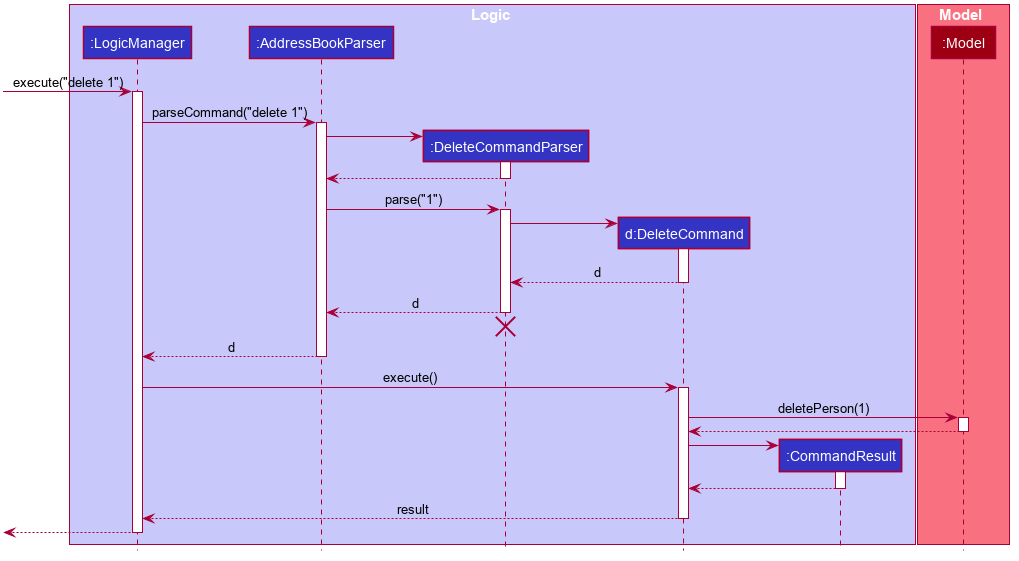
Earlier version of the PlantUML export docs/images/DeleteSequenceDiagram.png (nus-cs2103-AY2223S2/tp).
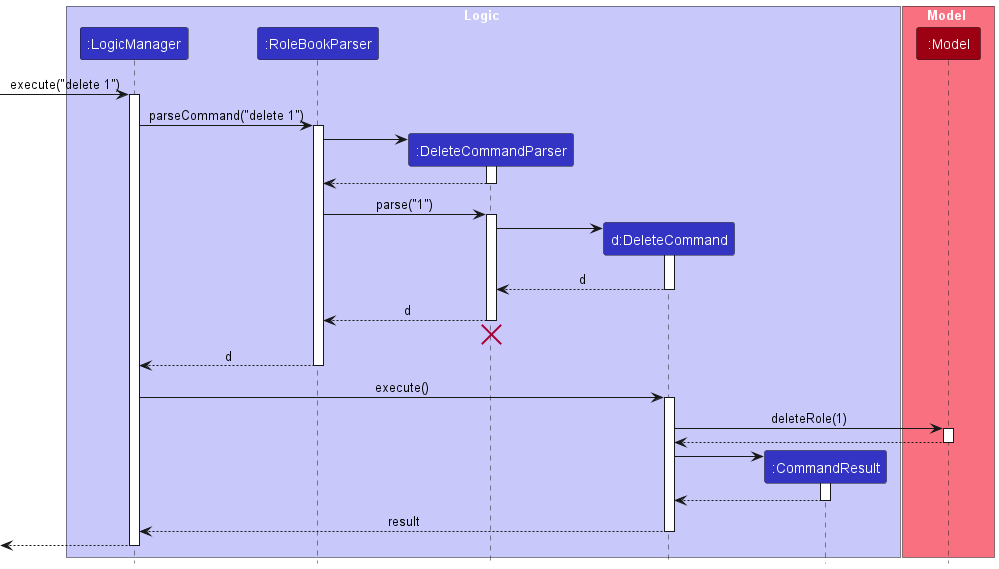
After the change.

Change to the diagram source:
```diff
@@ -1,79 +1,32 @@
 @startuml
+!include style.puml
 
-
-
-
-
-
-
-
-skinparam BackgroundColor #FFFFFFF
-
-skinparam Shadowing false
-
-skinparam Class {
-    FontColor #FFFFFF
-    BorderThickness 1
-    BorderColor #FFFFFF
-    StereotypeFontColor #FFFFFF
-    FontName Arial
-}
-
-skinparam Actor {
-    BorderColor #000000
-    Color #000000
-    FontName Arial
-}
-
-skinparam Sequence {
-    MessageAlign center
-    BoxFontSize 15
-    BoxPadding 0
-    BoxFontColor #FFFFFF
-    FontName Arial
-}
-
-skinparam Participant {
-    FontColor #FFFFFFF
-    Padding 20
-}
-
-skinparam MinClassWidth 50
-skinparam ParticipantPadding 10
-skinparam Shadowing false
-skinparam DefaultTextAlignment center
-skinparam packageStyle Rectangle
-
-hide footbox
-hide members
-hide circle
-
-box Logic #C8C8FA
-participant ":LogicManager" as LogicManager #3333C4
-participant ":AddressBookParser" as AddressBookParser #3333C4
-participant ":DeleteCommandParser" as DeleteCommandParser #3333C4
-participant "d:DeleteCommand" as DeleteCommand #3333C4
-participant ":CommandResult" as CommandResult #3333C4
+box Logic LOGIC_COLOR_T1
+participant ":LogicManager" as LogicManager LOGIC_COLOR
+participant ":RoleBookParser" as RoleBookParser LOGIC_COLOR
+participant ":DeleteCommandParser" as DeleteCommandParser LOGIC_COLOR
+participant "d:DeleteCommand" as DeleteCommand LOGIC_COLOR
+participant ":CommandResult" as CommandResult LOGIC_COLOR
 end box
 
-box Model #F97181
-participant ":Model" as Model #9D0012
+box Model MODEL_COLOR_T1
+participant ":Model" as Model MODEL_COLOR
 end box
 
 [-> LogicManager : execute("delete 1")
 activate LogicManager
 
-LogicManager -> AddressBookParser : parseCommand("delete 1")
-activate AddressBookParser
+LogicManager -> RoleBookParser : parseCommand("delete 1")
+activate RoleBookParser
 
 create DeleteCommandParser
-AddressBookParser -> DeleteCommandParser
+RoleBookParser -> DeleteCommandParser
 activate DeleteCommandParser
 
-DeleteCommandParser --> AddressBookParser
+DeleteCommandParser --> RoleBookParser
 deactivate DeleteCommandParser
 
-AddressBookParser -> DeleteCommandParser : parse("1")
+RoleBookParser -> DeleteCommandParser : parse("1")
 activate DeleteCommandParser
 
 create DeleteCommand
@@ -83,18 +36,18 @@
 DeleteCommand --> DeleteCommandParser : d
 deactivate DeleteCommand
 
-DeleteCommandParser --> AddressBookParser : d
+DeleteCommandParser --> RoleBookParser : d
 deactivate DeleteCommandParser
-DeleteCommandParser -[hidden]-> AddressBookParser
+DeleteCommandParser -[hidden]-> RoleBookParser
 destroy DeleteCommandParser
 
-AddressBookParser --> LogicManager : d
-deactivate AddressBookParser
+RoleBookParser --> LogicManager : d
+deactivate RoleBookParser
 
 LogicManager -> DeleteCommand : execute()
 activate DeleteCommand
 
-DeleteCommand -> Model : deletePerson(1)
+DeleteCommand -> Model : deleteRole(1)
 activate Model
 
 Model --> DeleteCommand
```
